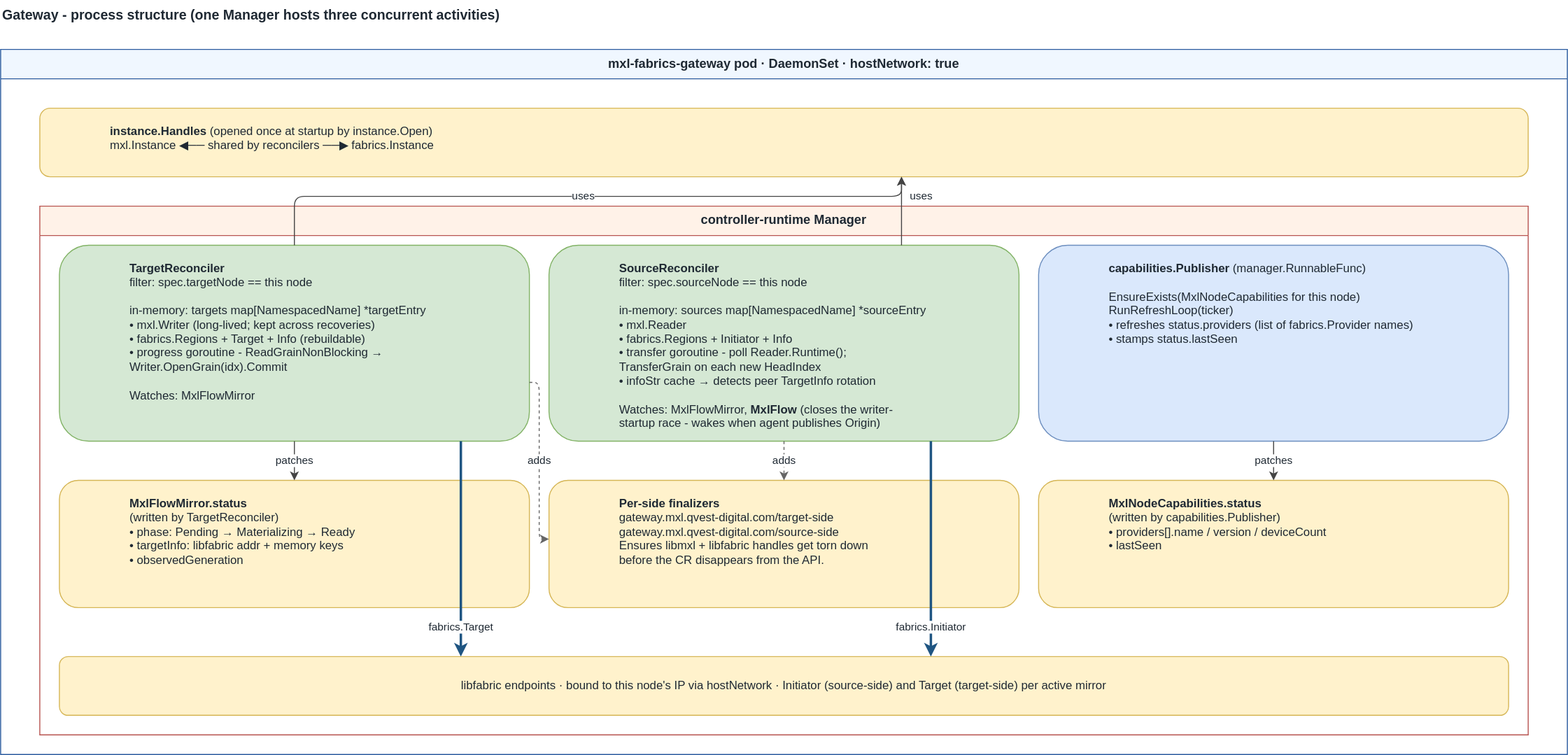
This is docs/architecture/diagrams/02-gateway-internals.drawio.svg from qvest-digital/mxl-k8s, a draw.io export, as it was before one commit. Source tidied: cells renumbered, new cells last; positions are measured from the earlier drawing's top-left corner, leaving out a move shared by most shapes.
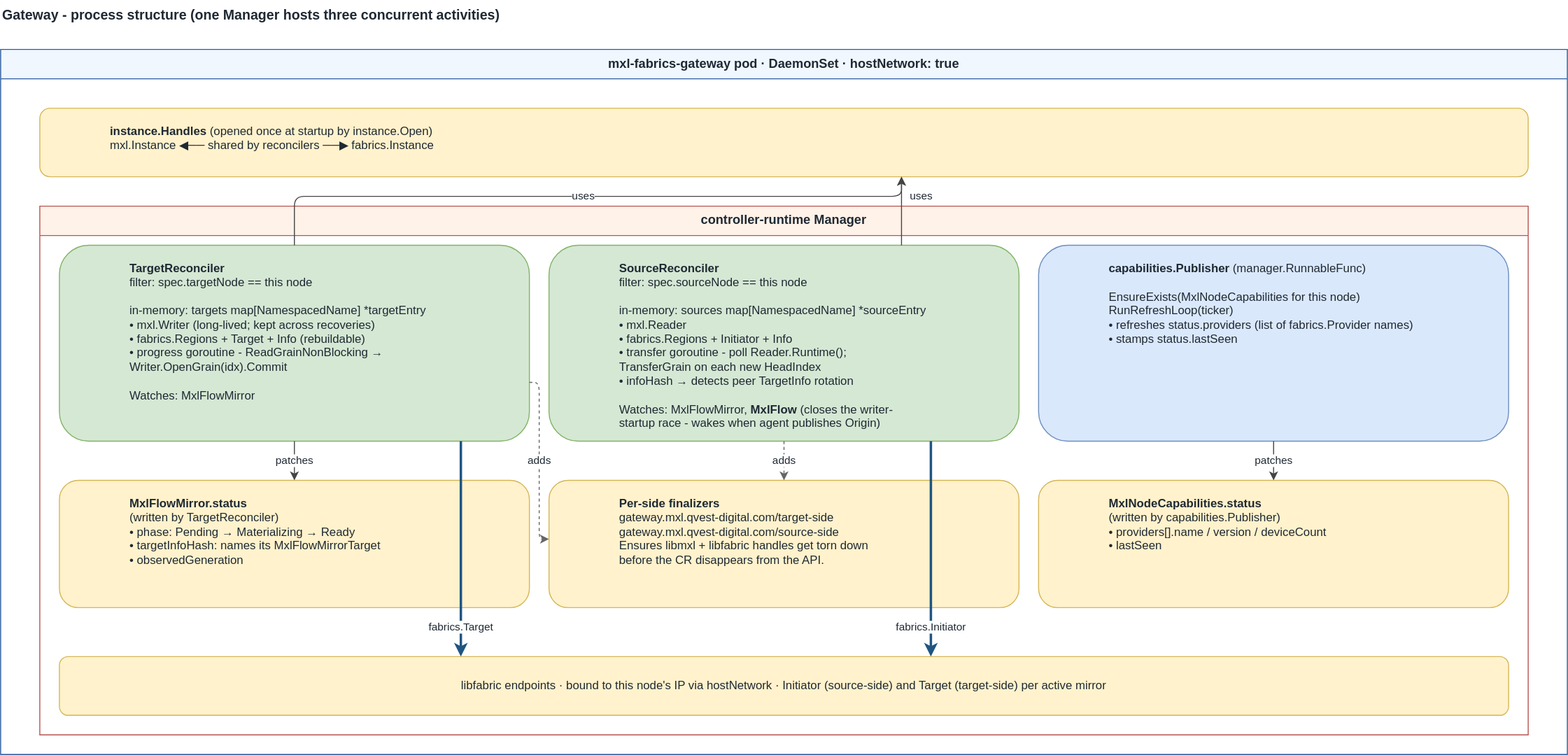
The same file after the commit.

Change to the diagram source:
```diff
@@ -17,13 +17,13 @@
     <mxCell id="6" value="&lt;b&gt;TargetReconciler&lt;/b&gt;&lt;br&gt;filter: spec.targetNode == this node&lt;br&gt;&lt;br&gt;in-memory:  targets map[NamespacedName] *targetEntry&lt;br&gt;&amp;nbsp;&amp;nbsp;• mxl.Writer  (long-lived; kept across recoveries)&lt;br&gt;&amp;nbsp;&amp;nbsp;• fabrics.Regions + Target + Info  (rebuildable)&lt;br&gt;&amp;nbsp;&amp;nbsp;• progress goroutine - ReadGrainNonBlocking →&lt;br&gt;&amp;nbsp;&amp;nbsp;&amp;nbsp;&amp;nbsp;Writer.OpenGrain(idx).Commit&lt;br&gt;&lt;br&gt;Watches: MxlFlowMirror" style="rounded=1;whiteSpace=wrap;html=1;fillColor=#d5e8d4;strokeColor=#82b366;align=left;verticalAlign=top;spacingLeft=70;spacingTop=10;spacingRight=8;fontColor=#1f2933;" parent="5" vertex="1">
       <mxGeometry x="20" y="40" width="480" height="200" as="geometry" />
     </mxCell>
-    <mxCell id="7" value="&lt;b&gt;SourceReconciler&lt;/b&gt;&lt;br&gt;filter: spec.sourceNode == this node&lt;br&gt;&lt;br&gt;in-memory:  sources map[NamespacedName] *sourceEntry&lt;br&gt;&amp;nbsp;&amp;nbsp;• mxl.Reader&lt;br&gt;&amp;nbsp;&amp;nbsp;• fabrics.Regions + Initiator + Info&lt;br&gt;&amp;nbsp;&amp;nbsp;• transfer goroutine - poll Reader.Runtime();&lt;br&gt;&amp;nbsp;&amp;nbsp;&amp;nbsp;&amp;nbsp;TransferGrain on each new HeadIndex&lt;br&gt;&amp;nbsp;&amp;nbsp;• infoStr cache → detects peer TargetInfo rotation&lt;br&gt;&lt;br&gt;Watches: MxlFlowMirror, &lt;b&gt;MxlFlow&lt;/b&gt; (closes the writer-&lt;br&gt;startup race - wakes when agent publishes Origin)" style="rounded=1;whiteSpace=wrap;html=1;fillColor=#d5e8d4;strokeColor=#82b366;align=left;verticalAlign=top;spacingLeft=70;spacingTop=10;spacingRight=8;fontColor=#1f2933;" parent="5" vertex="1">
+    <mxCell id="7" value="&lt;b&gt;SourceReconciler&lt;/b&gt;&lt;br&gt;filter: spec.sourceNode == this node&lt;br&gt;&lt;br&gt;in-memory:  sources map[NamespacedName] *sourceEntry&lt;br&gt;&amp;nbsp;&amp;nbsp;• mxl.Reader&lt;br&gt;&amp;nbsp;&amp;nbsp;• fabrics.Regions + Initiator + Info&lt;br&gt;&amp;nbsp;&amp;nbsp;• transfer goroutine - poll Reader.Runtime();&lt;br&gt;&amp;nbsp;&amp;nbsp;&amp;nbsp;&amp;nbsp;TransferGrain on each new HeadIndex&lt;br&gt;&amp;nbsp;&amp;nbsp;• infoHash → detects peer TargetInfo rotation&lt;br&gt;&lt;br&gt;Watches: MxlFlowMirror, &lt;b&gt;MxlFlow&lt;/b&gt; (closes the writer-&lt;br&gt;startup race - wakes when agent publishes Origin)" style="rounded=1;whiteSpace=wrap;html=1;fillColor=#d5e8d4;strokeColor=#82b366;align=left;verticalAlign=top;spacingLeft=70;spacingTop=10;spacingRight=8;fontColor=#1f2933;" parent="5" vertex="1">
       <mxGeometry x="520" y="40" width="480" height="200" as="geometry" />
     </mxCell>
     <mxCell id="8" value="&lt;b&gt;capabilities.Publisher&lt;/b&gt;  (manager.RunnableFunc)&lt;br&gt;&lt;br&gt;EnsureExists(MxlNodeCapabilities for this node)&lt;br&gt;RunRefreshLoop(ticker)&lt;br&gt;&amp;nbsp;&amp;nbsp;• refreshes status.providers (list of fabrics.Provider names)&lt;br&gt;&amp;nbsp;&amp;nbsp;• stamps status.lastSeen" style="rounded=1;whiteSpace=wrap;html=1;fillColor=#dae8fc;strokeColor=#6c8ebf;align=left;verticalAlign=top;spacingLeft=70;spacingTop=10;spacingRight=8;fontColor=#1f2933;" parent="5" vertex="1">
       <mxGeometry x="1020" y="40" width="480" height="200" as="geometry" />
     </mxCell>
-    <mxCell id="9" value="&lt;b&gt;MxlFlowMirror.status&lt;/b&gt;&lt;br&gt;(written by TargetReconciler)&lt;br&gt;• phase: Pending → Materializing → Ready&lt;br&gt;• targetInfo: libfabric addr + memory keys&lt;br&gt;• observedGeneration" style="rounded=1;whiteSpace=wrap;html=1;fillColor=#fff2cc;strokeColor=#d6b656;align=left;verticalAlign=top;spacingLeft=70;spacingTop=10;spacingRight=8;fontColor=#1f2933;" parent="5" vertex="1">
+    <mxCell id="9" value="&lt;b&gt;MxlFlowMirror.status&lt;/b&gt;&lt;br&gt;(written by TargetReconciler)&lt;br&gt;• phase: Pending → Materializing → Ready&lt;br&gt;• targetInfoHash: names its MxlFlowMirrorTarget&lt;br&gt;• observedGeneration" style="rounded=1;whiteSpace=wrap;html=1;fillColor=#fff2cc;strokeColor=#d6b656;align=left;verticalAlign=top;spacingLeft=70;spacingTop=10;spacingRight=8;fontColor=#1f2933;" parent="5" vertex="1">
       <mxGeometry x="20" y="280" width="480" height="130" as="geometry" />
     </mxCell>
     <mxCell id="10" value="&lt;b&gt;Per-side finalizers&lt;/b&gt;&lt;br&gt;&amp;nbsp;&amp;nbsp;gateway.mxl.qvest-digital.com/target-side&lt;br&gt;&amp;nbsp;&amp;nbsp;gateway.mxl.qvest-digital.com/source-side&lt;br&gt;Ensures libmxl + libfabric handles get torn down&lt;br&gt;before the CR disappears from the API." style="rounded=1;whiteSpace=wrap;html=1;fillColor=#fff2cc;strokeColor=#d6b656;align=left;verticalAlign=top;spacingLeft=70;spacingTop=10;spacingRight=8;fontColor=#1f2933;" parent="5" vertex="1">
```
